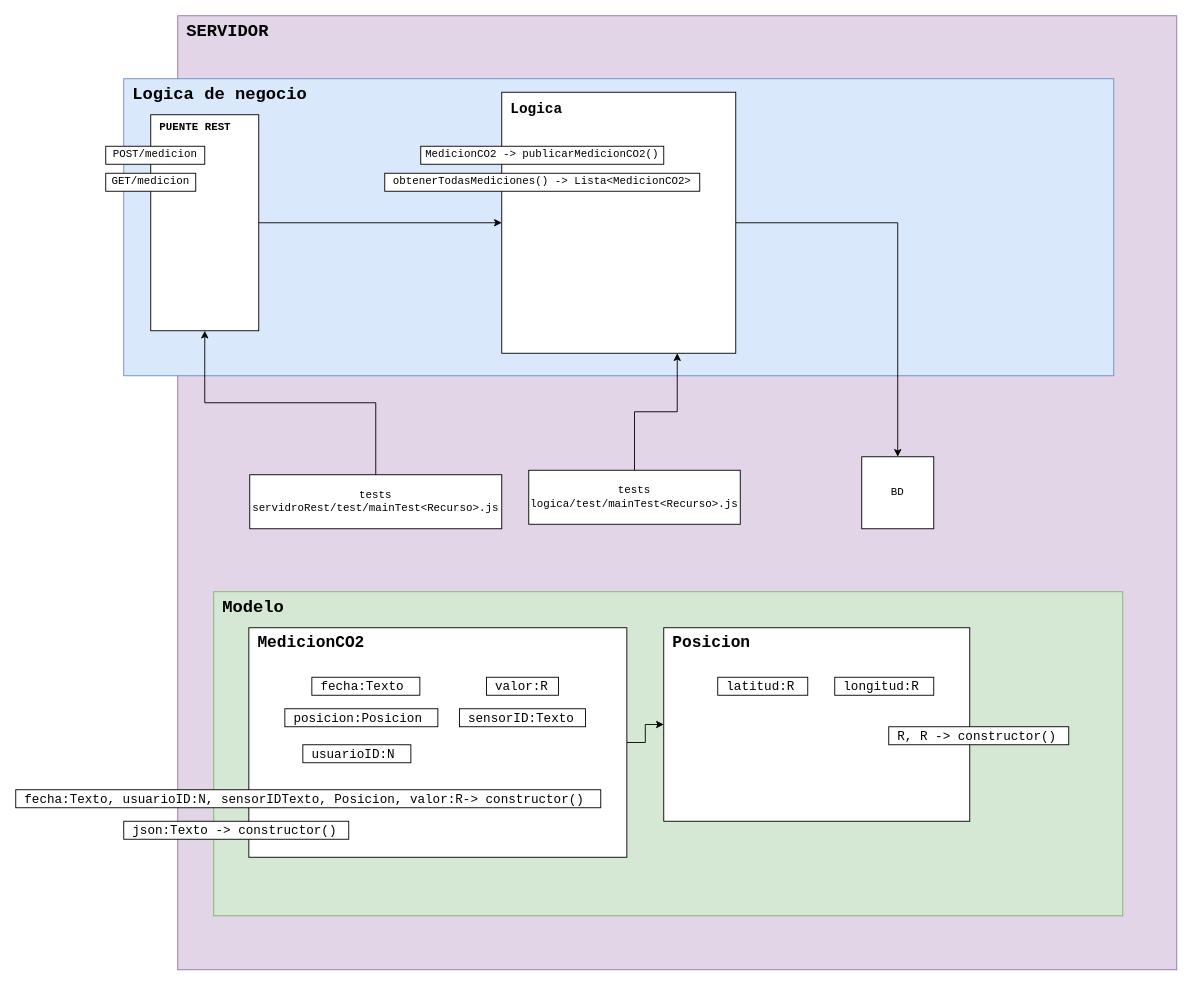
This is doc/DiseñoServidor.drawio from GTI-3A-Pure-Life/Pure-Life-WebApp, a draw.io file, before an edit. Source tidied: cells renumbered, new cells numbered last; positions are measured from the earlier drawing's top-left corner, leaving out a move shared by most shapes. Both pictures are drawn from the tidied source at 90%, with x=0, y=0 at pixel (15, 15).
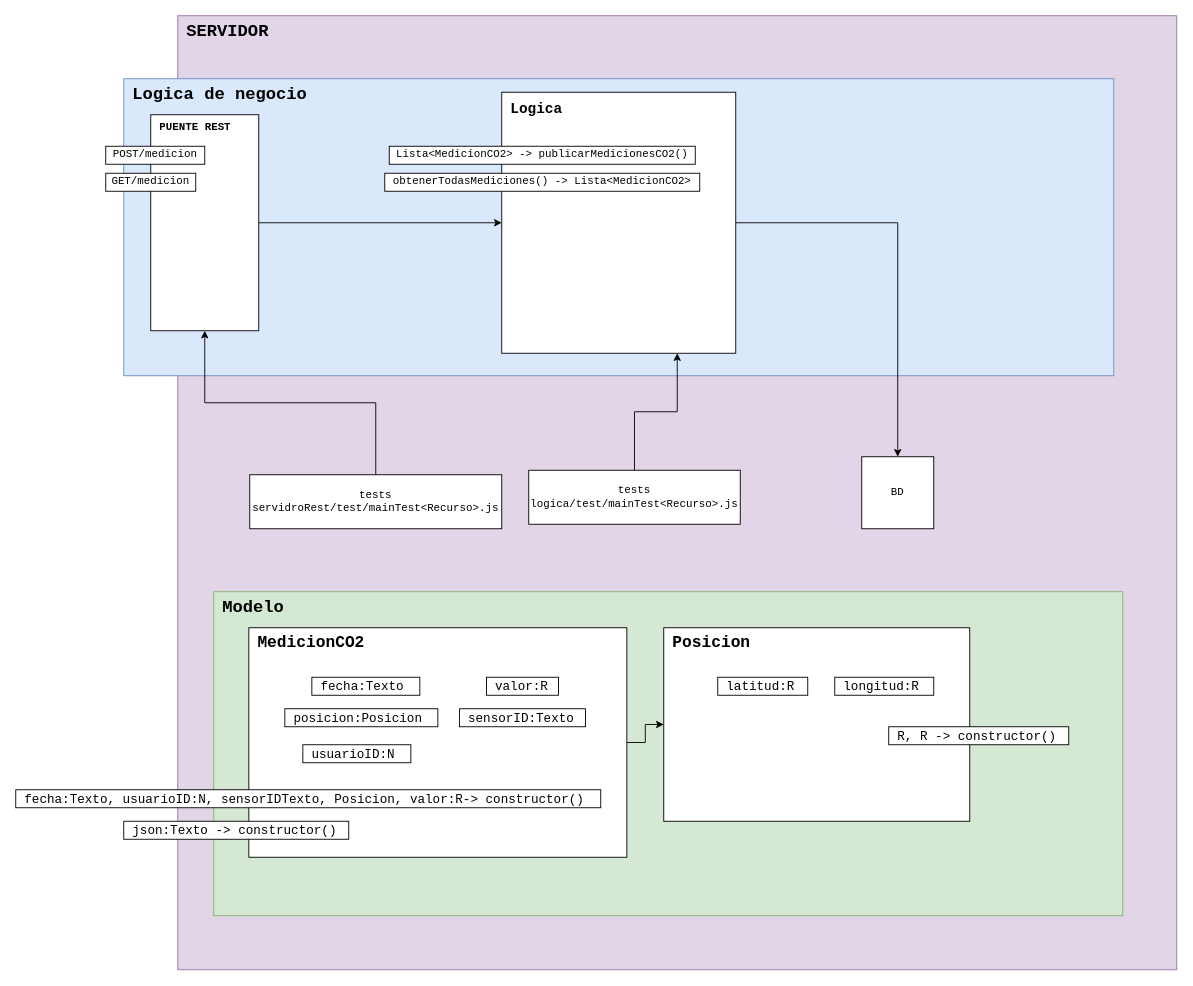
The same page after the edit.

The edit, as a diff of the source:
```diff
@@
-    <mxCell id="13" value="MedicionCO2 -&amp;gt; publicarMedicionCO2()" style="rounded=0;whiteSpace=wrap;html=1;fontFamily=Courier New;" parent="1" vertex="1">
-      <mxGeometry x="450" y="145" width="270" height="20" as="geometry" />
+    <mxCell id="13" value="Lista&amp;lt;MedicionCO2&amp;gt; -&amp;gt; publicarMedicionesCO2()" style="rounded=0;whiteSpace=wrap;html=1;fontFamily=Courier New;" parent="1" vertex="1">
+      <mxGeometry x="415" y="145" width="340" height="20" as="geometry" />
     </mxCell>
```
